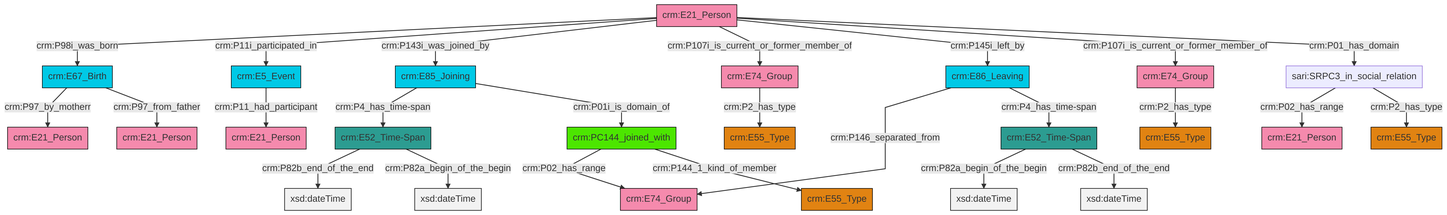
Earlier version of the Mermaid export et/personCSV/ttl/mmd/png/Person_Actor_Relations.png (swiss-art-research-net/reference-data-models). Its source is kept beside it as et/personCSV/ttl/mmd/Person_Actor_Relations.ttl.mmd.
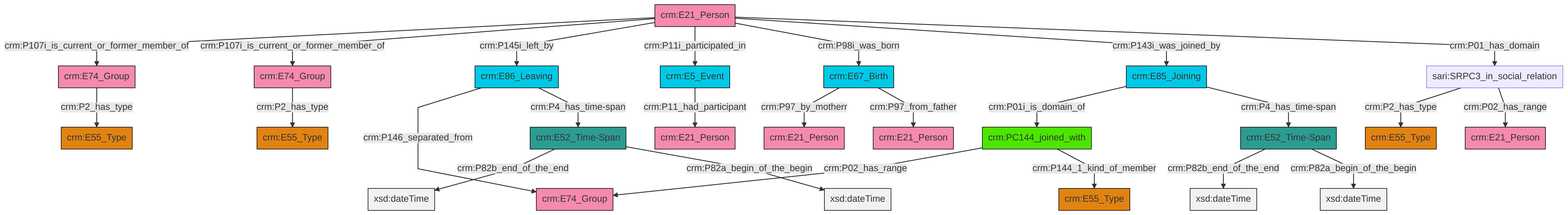
Above is the later version.

Diff of the diagram source:
```diff
@@ -13,27 +13,27 @@
 classDef PC_Classes fill:#4ce600, stroke:#000000;
 classDef Multi fill:#cccccc,stroke:#000000;
 
-4["crm:E21_Person"]:::Actor -->|crm:P98i_was_born| 5["crm:E67_Birth"]:::Temporal_Entity
-8["crm:E86_Leaving"]:::Temporal_Entity -->|crm:P146_separated_from| 9["crm:E74_Group"]:::Actor
-12["crm:E52_Time-Span"]:::Time-Span -->|crm:P82a_begin_of_the_begin| 13[xsd:dateTime]:::Literal
-23["crm:PC144_joined_with"]:::PC_Classes -->|crm:P02_has_range| 9["crm:E74_Group"]:::Actor
-2["sari:SRPC3_in_social_relation"]:::Default -->|crm:P02_has_range| 28["crm:E21_Person"]:::Actor
-8["crm:E86_Leaving"]:::Temporal_Entity -->|crm:P4_has_time-span| 12["crm:E52_Time-Span"]:::Time-Span
-30["crm:E85_Joining"]:::Temporal_Entity -->|crm:P4_has_time-span| 33["crm:E52_Time-Span"]:::Time-Span
-21["crm:E74_Group"]:::Actor -->|crm:P2_has_type| 0["crm:E55_Type"]:::Type
-33["crm:E52_Time-Span"]:::Time-Span -->|crm:P82b_end_of_the_end| 35[xsd:dateTime]:::Literal
-5["crm:E67_Birth"]:::Temporal_Entity -->|crm:P97_by_motherr| 24["crm:E21_Person"]:::Actor
-5["crm:E67_Birth"]:::Temporal_Entity -->|crm:P97_from_father| 37["crm:E21_Person"]:::Actor
-23["crm:PC144_joined_with"]:::PC_Classes -->|crm:P144_1_kind_of_member| 17["crm:E55_Type"]:::Type
-30["crm:E85_Joining"]:::Temporal_Entity -->|crm:P01i_is_domain_of| 23["crm:PC144_joined_with"]:::PC_Classes
-4["crm:E21_Person"]:::Actor -->|crm:P11i_participated_in| 10["crm:E5_Event"]:::Temporal_Entity
-4["crm:E21_Person"]:::Actor -->|crm:P143i_was_joined_by| 30["crm:E85_Joining"]:::Temporal_Entity
-4["crm:E21_Person"]:::Actor -->|crm:P107i_is_current_or_former_member_of| 21["crm:E74_Group"]:::Actor
-4["crm:E21_Person"]:::Actor -->|crm:P145i_left_by| 8["crm:E86_Leaving"]:::Temporal_Entity
-4["crm:E21_Person"]:::Actor -->|crm:P107i_is_current_or_former_member_of| 40["crm:E74_Group"]:::Actor
-4["crm:E21_Person"]:::Actor -->|crm:P01_has_domain| 2["sari:SRPC3_in_social_relation"]:::Default
-40["crm:E74_Group"]:::Actor -->|crm:P2_has_type| 19["crm:E55_Type"]:::Type
-33["crm:E52_Time-Span"]:::Time-Span -->|crm:P82a_begin_of_the_begin| 45[xsd:dateTime]:::Literal
-12["crm:E52_Time-Span"]:::Time-Span -->|crm:P82b_end_of_the_end| 46[xsd:dateTime]:::Literal
-10["crm:E5_Event"]:::Temporal_Entity -->|crm:P11_had_participant| 6["crm:E21_Person"]:::Actor
-2["sari:SRPC3_in_social_relation"]:::Default -->|crm:P2_has_type| 15["crm:E55_Type"]:::Type
+2["crm:E67_Birth"]:::Temporal_Entity -->|crm:P97_by_motherr| 3["crm:E21_Person"]:::Actor
+4["crm:E52_Time-Span"]:::Time-Span -->|crm:P82b_end_of_the_end| 8[xsd:dateTime]:::Literal
+9["crm:E86_Leaving"]:::Temporal_Entity -->|crm:P146_separated_from| 0["crm:E74_Group"]:::Actor
+10["crm:E21_Person"]:::Actor -->|crm:P107i_is_current_or_former_member_of| 11["crm:E74_Group"]:::Actor
+10["crm:E21_Person"]:::Actor -->|crm:P107i_is_current_or_former_member_of| 20["crm:E74_Group"]:::Actor
+10["crm:E21_Person"]:::Actor -->|crm:P145i_left_by| 9["crm:E86_Leaving"]:::Temporal_Entity
+24["crm:E85_Joining"]:::Temporal_Entity -->|crm:P01i_is_domain_of| 26["crm:PC144_joined_with"]:::PC_Classes
+4["crm:E52_Time-Span"]:::Time-Span -->|crm:P82a_begin_of_the_begin| 29[xsd:dateTime]:::Literal
+11["crm:E74_Group"]:::Actor -->|crm:P2_has_type| 6["crm:E55_Type"]:::Type
+2["crm:E67_Birth"]:::Temporal_Entity -->|crm:P97_from_father| 33["crm:E21_Person"]:::Actor
+10["crm:E21_Person"]:::Actor -->|crm:P11i_participated_in| 34["crm:E5_Event"]:::Temporal_Entity
+34["crm:E5_Event"]:::Temporal_Entity -->|crm:P11_had_participant| 22["crm:E21_Person"]:::Actor
+27["sari:SRPC3_in_social_relation"]:::Default -->|crm:P2_has_type| 18["crm:E55_Type"]:::Type
+40["crm:E52_Time-Span"]:::Time-Span -->|crm:P82b_end_of_the_end| 41[xsd:dateTime]:::Literal
+10["crm:E21_Person"]:::Actor -->|crm:P98i_was_born| 2["crm:E67_Birth"]:::Temporal_Entity
+10["crm:E21_Person"]:::Actor -->|crm:P143i_was_joined_by| 24["crm:E85_Joining"]:::Temporal_Entity
+10["crm:E21_Person"]:::Actor -->|crm:P01_has_domain| 27["sari:SRPC3_in_social_relation"]:::Default
+27["sari:SRPC3_in_social_relation"]:::Default -->|crm:P02_has_range| 38["crm:E21_Person"]:::Actor
+40["crm:E52_Time-Span"]:::Time-Span -->|crm:P82a_begin_of_the_begin| 43[xsd:dateTime]:::Literal
+26["crm:PC144_joined_with"]:::PC_Classes -->|crm:P02_has_range| 0["crm:E74_Group"]:::Actor
+9["crm:E86_Leaving"]:::Temporal_Entity -->|crm:P4_has_time-span| 4["crm:E52_Time-Span"]:::Time-Span
+24["crm:E85_Joining"]:::Temporal_Entity -->|crm:P4_has_time-span| 40["crm:E52_Time-Span"]:::Time-Span
+20["crm:E74_Group"]:::Actor -->|crm:P2_has_type| 15["crm:E55_Type"]:::Type
+26["crm:PC144_joined_with"]:::PC_Classes -->|crm:P144_1_kind_of_member| 31["crm:E55_Type"]:::Type
```
